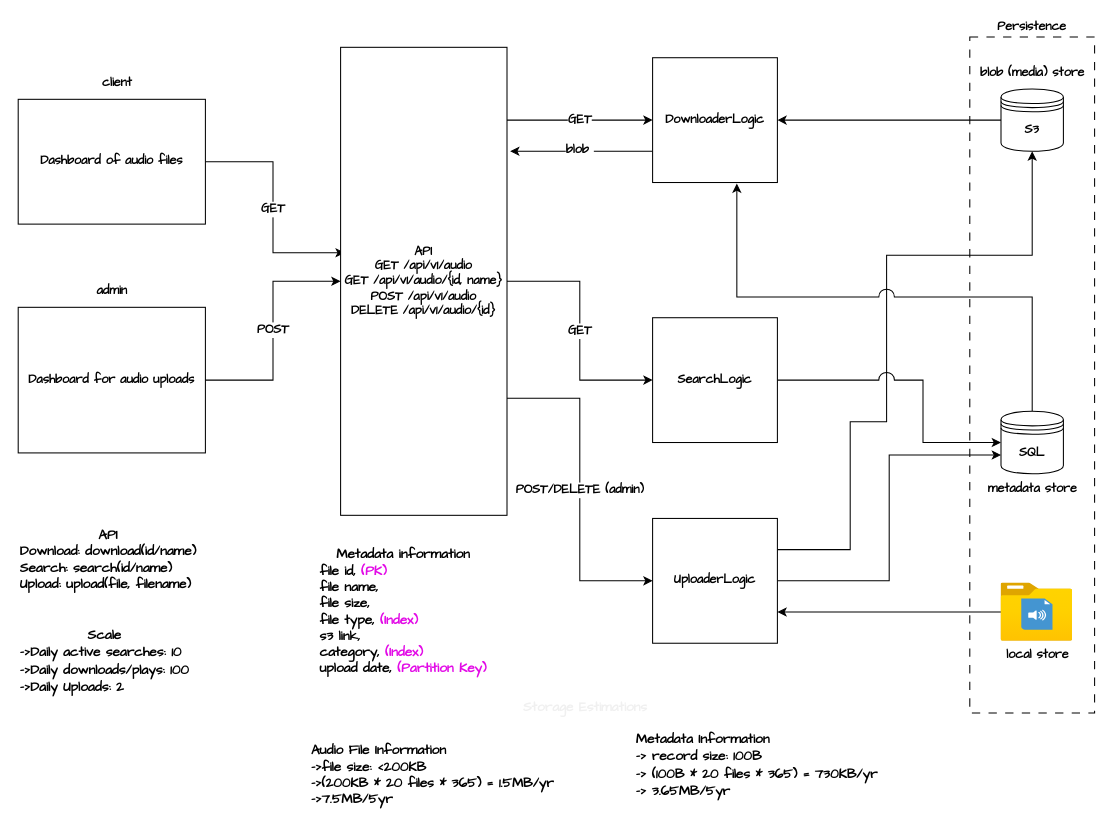
This is voice_quips_design.drawio from phllpmcphrsn/voice-quips, a draw.io file, before an edit. Source tidied: cells renumbered, new cells numbered last; positions are measured from the earlier drawing's top-left corner, leaving out a move shared by most shapes. Both pictures are drawn from the tidied source at 104%, with x=0, y=0 at pixel (18, 36).
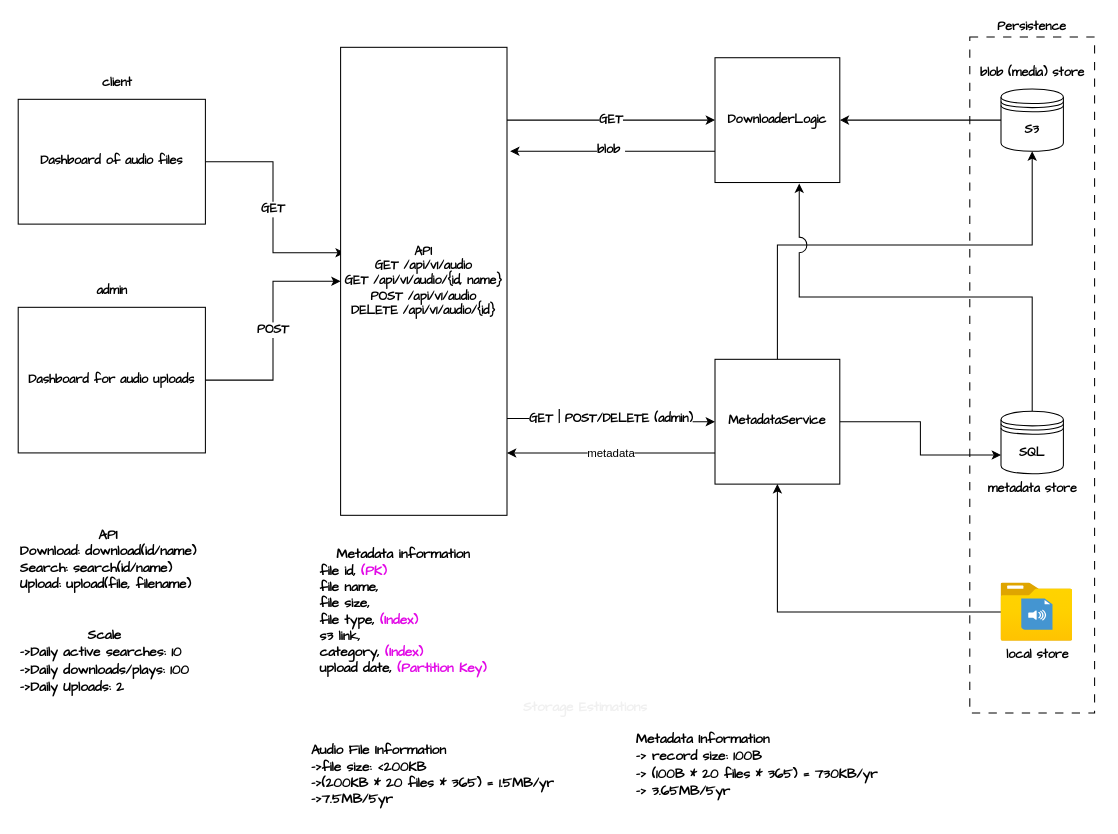
Above is the later version.

Commit message (it also covers changes not shown here):
Redesign system Add create and delete functions for db

The change refers to these unchanged cells:
```xml
<mxCell id="7" value="S3" style="shape=datastore;whiteSpace=wrap;html=1;fontFamily=Comic Sans MS;fontSize=12;fontStyle=1;" parent="1" vertex="1">
  <mxGeometry x="945" y="50" width="60" height="60" as="geometry" />
</mxCell>
<mxCell id="9" value="SQL" style="shape=datastore;whiteSpace=wrap;html=1;fontFamily=Comic Sans MS;fontSize=12;fontStyle=1;" parent="1" vertex="1">
  <mxGeometry x="945" y="360" width="60" height="60" as="geometry" />
</mxCell>
<mxCell id="19" value="API&lt;br style=&quot;font-size: 12px;&quot;&gt;GET /api/v1/audio&lt;br style=&quot;font-size: 12px;&quot;&gt;GET /api/v1/audio/{id, name}&lt;br style=&quot;font-size: 12px;&quot;&gt;POST /api/v1/audio&lt;br&gt;DELETE /api/v1/audio/{id}" style="whiteSpace=wrap;html=1;fontFamily=Comic Sans MS;fontSize=12;fontStyle=1;" parent="1" vertex="1">
  <mxGeometry x="310" y="10" width="160" height="450" as="geometry" />
</mxCell>
<mxCell id="33" value="local store" style="html=1;points=[];align=center;image;fontSize=12;image=img/lib/azure2/general/Folder_Blank.svg;fontFamily=Comic Sans MS;fontStyle=1;" parent="1" vertex="1">
  <mxGeometry x="945" y="525" width="69" height="56" as="geometry" />
</mxCell>
```

Change to the diagram source:
```diff
@@
-    <mxCell id="2" style="edgeStyle=orthogonalEdgeStyle;rounded=0;jettySize=auto;html=1;exitX=1;exitY=0.25;exitDx=0;exitDy=0;entryX=0.5;entryY=1;entryDx=0;entryDy=0;fontFamily=Comic Sans MS;fontSize=12;fontStyle=1;" parent="1" edge="1" source="4" target="7">
+    <mxCell id="2" style="edgeStyle=orthogonalEdgeStyle;html=1;entryX=0.5;entryY=1;entryDx=0;entryDy=0;elbow=vertical;rounded=0;" parent="1" edge="1" source="4" target="7">
       <mxGeometry relative="1" as="geometry">
         <Array as="points">
-          <mxPoint x="800" y="493" />
-          <mxPoint x="800" y="370" />
-          <mxPoint x="835" y="370" />
-          <mxPoint x="835" y="210" />
-          <mxPoint x="975" y="210" />
+          <mxPoint x="730" y="200" />
+          <mxPoint x="975" y="200" />
         </Array>
       </mxGeometry>
     </mxCell>
-    <mxCell id="3" style="edgeStyle=orthogonalEdgeStyle;rounded=0;jettySize=auto;html=1;exitX=1;exitY=0.5;exitDx=0;exitDy=0;entryX=0;entryY=0.7;entryDx=0;entryDy=0;fontFamily=Comic Sans MS;fontSize=12;fontStyle=1;" parent="1" edge="1" source="4" target="9">
+    <mxCell id="3" style="edgeStyle=orthogonalEdgeStyle;rounded=0;html=1;exitX=1;exitY=0.5;exitDx=0;exitDy=0;entryX=0;entryY=0.7;entryDx=0;entryDy=0;elbow=vertical;" parent="1" edge="1" source="4" target="9">
       <mxGeometry relative="1" as="geometry" />
     </mxCell>
+    <mxCell id="39" value="metadata" style="edgeStyle=orthogonalEdgeStyle;rounded=0;html=1;exitX=0;exitY=0.75;exitDx=0;exitDy=0;entryX=1;entryY=0.867;entryDx=0;entryDy=0;entryPerimeter=0;elbow=vertical;" parent="1" edge="1" source="4" target="19">
+      <mxGeometry relative="1" as="geometry" />
+    </mxCell>
-    <mxCell id="4" value="UploaderLogic" style="whiteSpace=wrap;html=1;fontFamily=Comic Sans MS;fontSize=12;fontStyle=1;" parent="1" vertex="1">
-      <mxGeometry x="610" y="463" width="120" height="120" as="geometry" />
+    <mxCell id="4" value="MetadataService" style="whiteSpace=wrap;html=1;fontFamily=Comic Sans MS;fontSize=12;fontStyle=1;" parent="1" vertex="1">
+      <mxGeometry x="670" y="310" width="120" height="120" as="geometry" />
     </mxCell>
@@
     <mxCell id="12" value="DownloaderLogic" style="whiteSpace=wrap;html=1;fontFamily=Comic Sans MS;fontSize=12;fontStyle=1;" parent="1" vertex="1">
-      <mxGeometry x="610" y="20" width="120" height="120" as="geometry" />
+      <mxGeometry x="670" y="20" width="120" height="120" as="geometry" />
     </mxCell>
@@
-    <mxCell id="17" value="POST/DELETE (admin)" style="edgeStyle=orthogonalEdgeStyle;rounded=0;jettySize=auto;html=1;exitX=1;exitY=0.75;exitDx=0;exitDy=0;entryX=0;entryY=0.5;entryDx=0;entryDy=0;fontFamily=Comic Sans MS;fontSize=12;fontStyle=1;" parent="1" edge="1" source="19" target="4">
+    <mxCell id="17" value="GET | POST/DELETE (admin)" style="edgeStyle=orthogonalEdgeStyle;rounded=0;jettySize=auto;html=1;exitX=0.994;exitY=0.793;exitDx=0;exitDy=0;entryX=0;entryY=0.5;entryDx=0;entryDy=0;fontFamily=Comic Sans MS;fontSize=12;fontStyle=1;exitPerimeter=0;" parent="1" edge="1" source="19" target="4">
       <mxGeometry relative="1" as="geometry" />
     </mxCell>
-    <mxCell id="18" value="GET" style="edgeStyle=orthogonalEdgeStyle;rounded=0;jettySize=auto;html=1;entryX=0;entryY=0.5;entryDx=0;entryDy=0;fontFamily=Comic Sans MS;fontSize=12;fontStyle=1;" parent="1" edge="1" source="19" target="29">
-      <mxGeometry relative="1" as="geometry" />
-    </mxCell>
@@
-    <mxCell id="28" style="edgeStyle=orthogonalEdgeStyle;rounded=0;jettySize=auto;html=1;entryX=0;entryY=0.5;entryDx=0;entryDy=0;jumpStyle=arc;jumpSize=15;" parent="1" edge="1" source="29" target="9">
-      <mxGeometry relative="1" as="geometry">
-        <Array as="points">
-          <mxPoint x="870" y="330" />
-          <mxPoint x="870" y="390" />
-        </Array>
-      </mxGeometry>
-    </mxCell>
-    <mxCell id="29" value="SearchLogic" style="whiteSpace=wrap;html=1;fontFamily=Comic Sans MS;fontSize=12;fontStyle=1;" parent="1" vertex="1">
-      <mxGeometry x="610" y="270" width="120" height="120" as="geometry" />
-    </mxCell>
@@
-    <mxCell id="32" style="edgeStyle=none;html=1;entryX=1;entryY=0.75;entryDx=0;entryDy=0;" parent="1" edge="1" source="33" target="4">
+    <mxCell id="32" style="edgeStyle=orthogonalEdgeStyle;html=1;entryX=0.5;entryY=1;entryDx=0;entryDy=0;rounded=0;" parent="1" edge="1" source="33" target="4">
       <mxGeometry relative="1" as="geometry" />
     </mxCell>
```
